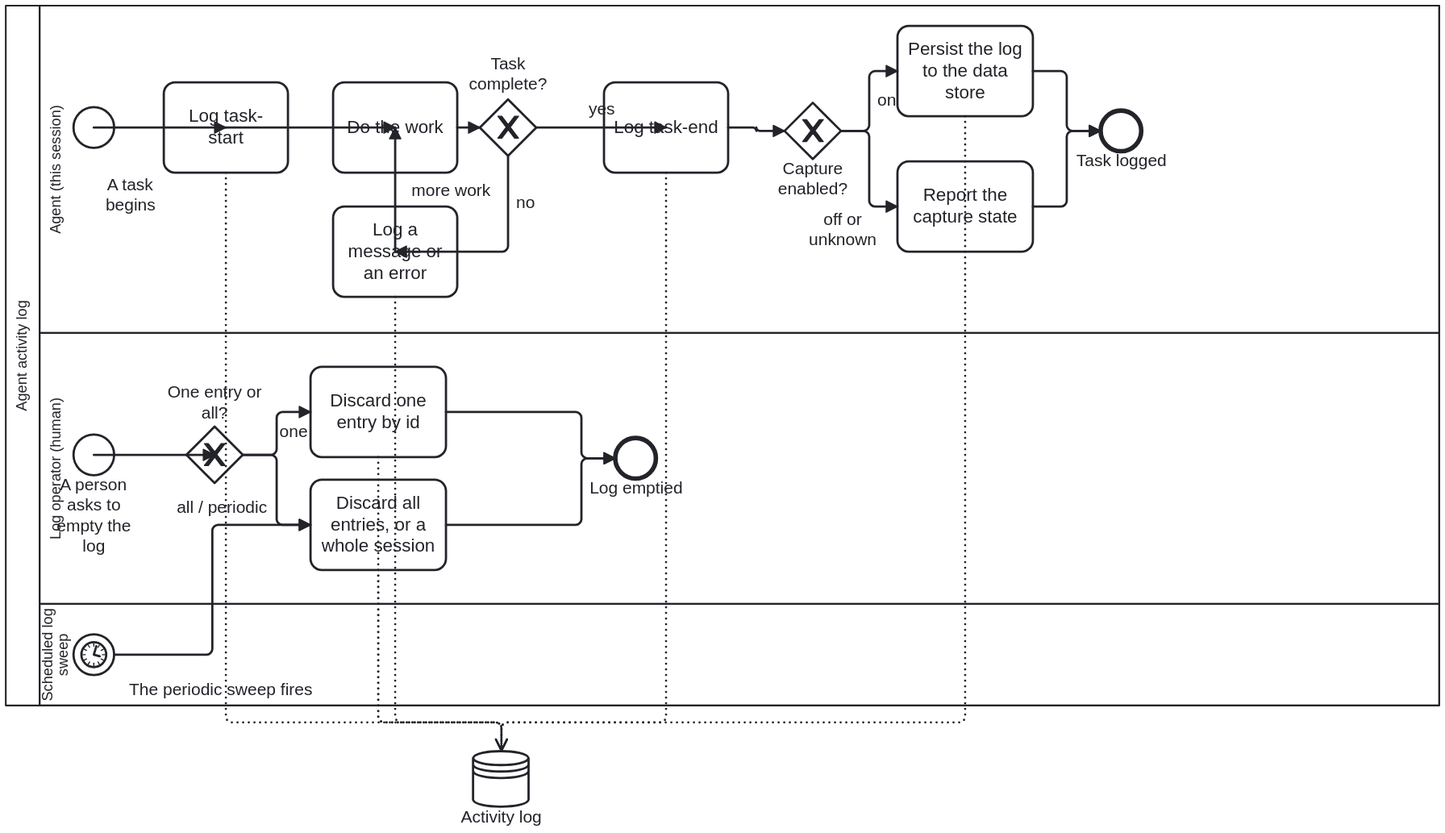
Earlier version of the BPMN export docs/assets/img/workflows/activity-log.svg (litlfred/cat-harness). Its source is kept beside it as processes/sdlc/activity-log.bpmn. Ids are renumbered.
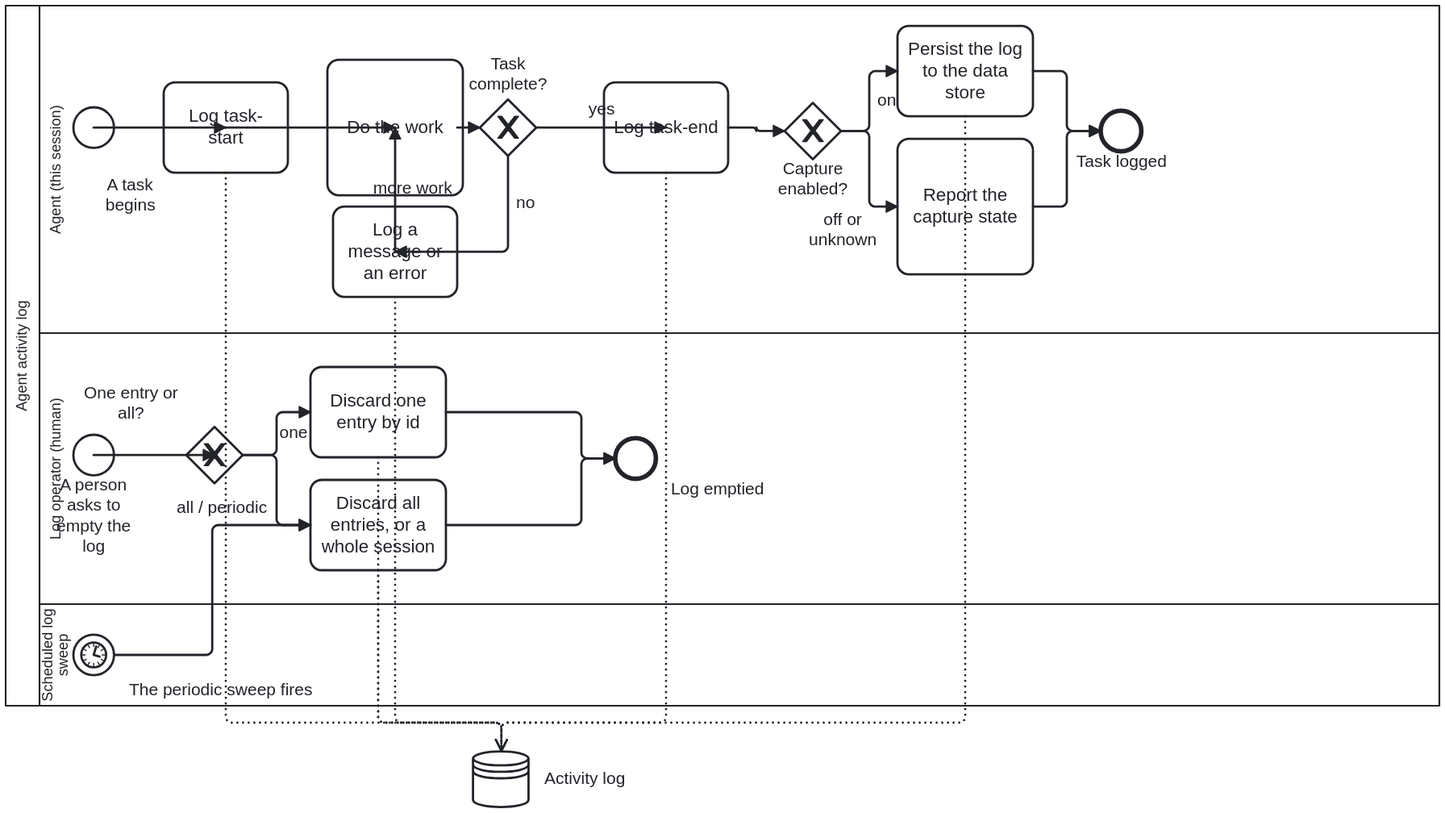
Later version of the same file.

The edit, as a diff of the source:
```diff
@@ -240,78 +240,81 @@
   <bpmndi:BPMNDiagram id="BPMNDiagram_ActivityLog">
     <bpmndi:BPMNPlane id="BPMNPlane_ActivityLog" bpmnElement="Collab_ActivityLog">
       <bpmndi:BPMNShape id="Shape_Participant" bpmnElement="Participant_ActivityLog" isHorizontal="true">
-        <dc:Bounds x="160" y="90" width="1270" height="620"/>
+        <dc:Bounds x="160" y="90" width="1270" height="620" />
       </bpmndi:BPMNShape>
       <bpmndi:BPMNShape id="Shape_Lane_Agent" bpmnElement="Lane_Agent" isHorizontal="true">
-        <dc:Bounds x="190" y="90" width="1240" height="290"/>
+        <dc:Bounds x="190" y="90" width="1240" height="290" />
       </bpmndi:BPMNShape>
       <bpmndi:BPMNShape id="Shape_Lane_Operator" bpmnElement="Lane_Operator" isHorizontal="true">
-        <dc:Bounds x="190" y="380" width="1240" height="240"/>
+        <dc:Bounds x="190" y="380" width="1240" height="240" />
       </bpmndi:BPMNShape>
       <bpmndi:BPMNShape id="Shape_Start_Task" bpmnElement="Start_Task">
-        <dc:Bounds x="220" y="180" width="36" height="36"/>
-        <bpmndi:BPMNLabel><dc:Bounds x="225.5" y="239.5" width="90" height="36" /></bpmndi:BPMNLabel>
+        <dc:Bounds x="220" y="180" width="36" height="36" />
+
+      <bpmndi:BPMNLabel><dc:Bounds x="225.5" y="239.5" width="90" height="36" /></bpmndi:BPMNLabel></bpmndi:BPMNShape>
+      <bpmndi:BPMNShape id="Shape_A_LogStart" bpmnElement="A_LogStart">
+        <dc:Bounds x="300" y="158" width="110" height="80" />
       </bpmndi:BPMNShape>
-      <bpmndi:BPMNShape id="Shape_A_LogStart" bpmnElement="A_LogStart">
-        <dc:Bounds x="300" y="158" width="110" height="80"/>
-      </bpmndi:BPMNShape>
-      <bpmndi:BPMNShape id="Shape_GW_DoWork" bpmnElement="GW_DoWork" isMarkerVisible="true"><dc:Bounds x="580" y="173" width="50" height="50"/>
-        <bpmndi:BPMNLabel><dc:Bounds x="560" y="133" width="90" height="36" /></bpmndi:BPMNLabel>
-      </bpmndi:BPMNShape>
-      <bpmndi:BPMNEdge id="Edge_Flow_GW_DoWork" bpmnElement="Flow_GW_DoWork"><di:waypoint x="560" y="198"/><di:waypoint x="580" y="198"/></bpmndi:BPMNEdge>
+      <bpmndi:BPMNShape id="Shape_GW_DoWork" bpmnElement="GW_DoWork" isMarkerVisible="true"><dc:Bounds x="580" y="173" width="50" height="50" />
+
+      <bpmndi:BPMNLabel><dc:Bounds x="560" y="133" width="90" height="36" /></bpmndi:BPMNLabel></bpmndi:BPMNShape>
+      <bpmndi:BPMNEdge id="Edge_Flow_GW_DoWork" bpmnElement="Flow_GW_DoWork">
+        <di:waypoint x="560" y="198" />
+        <di:waypoint x="580" y="198" />
+      </bpmndi:BPMNEdge>
       <bpmndi:BPMNShape id="Shape_A_DoWork" bpmnElement="A_DoWork">
-        <dc:Bounds x="450" y="158" width="110" height="80"/>
+        <dc:Bounds x="445" y="138" width="120" height="120" />
       </bpmndi:BPMNShape>
       <bpmndi:BPMNShape id="Shape_A_LogMessage" bpmnElement="A_LogMessage">
-        <dc:Bounds x="450" y="268" width="110" height="80"/>
+        <dc:Bounds x="450" y="268" width="110" height="80" />
       </bpmndi:BPMNShape>
       <bpmndi:BPMNShape id="Shape_A_LogEnd" bpmnElement="A_LogEnd">
-        <dc:Bounds x="690" y="158" width="110" height="80"/>
+        <dc:Bounds x="690" y="158" width="110" height="80" />
       </bpmndi:BPMNShape>
       <bpmndi:BPMNShape id="Shape_Gateway_Capture" bpmnElement="Gateway_Capture" isMarkerVisible="true">
-        <dc:Bounds x="850" y="176" width="50" height="50"/>
+        <dc:Bounds x="850" y="176" width="50" height="50" />
       </bpmndi:BPMNShape>
       <bpmndi:BPMNShape id="Shape_A_PersistLog" bpmnElement="A_PersistLog">
-        <dc:Bounds x="950" y="108" width="120" height="80"/>
+        <dc:Bounds x="950" y="108" width="120" height="80" />
       </bpmndi:BPMNShape>
       <bpmndi:BPMNShape id="Shape_A_ReportCaptureState" bpmnElement="A_ReportCaptureState">
-        <dc:Bounds x="950" y="228" width="120" height="80"/>
+        <dc:Bounds x="950" y="208" width="120" height="120" />
       </bpmndi:BPMNShape>
       <bpmndi:BPMNShape id="Shape_End_Task" bpmnElement="End_Task">
-        <dc:Bounds x="1130" y="183" width="36" height="36"/>
+        <dc:Bounds x="1130" y="183" width="36" height="36" />
       </bpmndi:BPMNShape>
       <bpmndi:BPMNShape id="Shape_Start_Empty" bpmnElement="Start_Empty">
-        <dc:Bounds x="220" y="470" width="36" height="36"/>
+        <dc:Bounds x="220" y="470" width="36" height="36" />
       </bpmndi:BPMNShape>
       <bpmndi:BPMNShape id="Shape_Gateway_EmptyScope" bpmnElement="Gateway_EmptyScope" isMarkerVisible="true">
-        <dc:Bounds x="320" y="463" width="50" height="50"/>
-        <bpmndi:BPMNLabel><dc:Bounds x="300" y="424" width="90" height="35" /></bpmndi:BPMNLabel>
-      </bpmndi:BPMNShape>
+        <dc:Bounds x="320" y="463" width="50" height="50" />
+
+      <bpmndi:BPMNLabel><dc:Bounds x="226" y="424" width="90" height="35" /></bpmndi:BPMNLabel></bpmndi:BPMNShape>
       <bpmndi:BPMNShape id="Shape_A_EmptyOne" bpmnElement="A_EmptyOne">
-        <dc:Bounds x="430" y="410" width="120" height="80"/>
+        <dc:Bounds x="430" y="410" width="120" height="80" />
       </bpmndi:BPMNShape>
       <bpmndi:BPMNShape id="Shape_A_EmptyAll" bpmnElement="A_EmptyAll">
-        <dc:Bounds x="430" y="510" width="120" height="80"/>
+        <dc:Bounds x="430" y="510" width="120" height="80" />
       </bpmndi:BPMNShape>
       <bpmndi:BPMNShape id="Shape_End_Emptied" bpmnElement="End_Emptied">
-        <dc:Bounds x="700" y="473" width="36" height="36"/>
+        <dc:Bounds x="700" y="473" width="36" height="36" />
+        <bpmndi:BPMNLabel><dc:Bounds x="745.5" y="508.5" width="90" height="18" /></bpmndi:BPMNLabel>
       </bpmndi:BPMNShape>
       <bpmndi:BPMNEdge id="Edge_F_1" bpmnElement="F_1">
         <di:waypoint x="238" y="198"/>
         <di:waypoint x="355" y="198"/>
       </bpmndi:BPMNEdge>
       <bpmndi:BPMNEdge id="Edge_F_2" bpmnElement="F_2">
-        <di:waypoint x="355" y="198"/>
-        <di:waypoint x="505" y="198"/>
+        <di:waypoint x="355" y="198" />
+        <di:waypoint x="505" y="198" />
       </bpmndi:BPMNEdge>
       <bpmndi:BPMNEdge id="Edge_F_3" bpmnElement="F_3">
         <di:waypoint x="605" y="223"/><di:waypoint x="605" y="308"/>
         <di:waypoint x="505" y="308"/>
       </bpmndi:BPMNEdge>
       <bpmndi:BPMNEdge id="Edge_F_3b" bpmnElement="F_3b">
-        <di:waypoint x="505" y="308"/>
-        <di:waypoint x="505" y="198"/>
-        <bpmndi:BPMNLabel><dc:Bounds x="509" y="244.5" width="90" height="17" /></bpmndi:BPMNLabel>
+        <di:waypoint x="505" y="308" />
+        <di:waypoint x="505" y="198" />
       </bpmndi:BPMNEdge>
       <bpmndi:BPMNEdge id="Edge_F_4" bpmnElement="F_4">
         <di:waypoint x="630" y="198"/>
@@ -378,19 +381,21 @@
         <di:waypoint x="700" y="491" />
       </bpmndi:BPMNEdge>
       <bpmndi:BPMNShape id="Shape_Lane_Sweep" bpmnElement="Lane_Sweep" isHorizontal="true">
-        <dc:Bounds x="190" y="620" width="1240" height="90"/>
+        <dc:Bounds x="190" y="620" width="1240" height="90" />
       </bpmndi:BPMNShape>
       <bpmndi:BPMNShape id="Shape_Start_Sweep" bpmnElement="Start_Sweep">
-        <dc:Bounds x="220" y="647" width="36" height="36"/>
-        <bpmndi:BPMNLabel><dc:Bounds x="260" y="687" width="180" height="18" /></bpmndi:BPMNLabel>
-      </bpmndi:BPMNShape>
+        <dc:Bounds x="220" y="647" width="36" height="36" />
+
+      <bpmndi:BPMNLabel><dc:Bounds x="260" y="687" width="180" height="18" /></bpmndi:BPMNLabel></bpmndi:BPMNShape>
       <bpmndi:BPMNEdge id="Edge_F_S1" bpmnElement="F_S1">
         <di:waypoint x="256" y="665" />
         <di:waypoint x="343" y="665" />
         <di:waypoint x="343" y="550" />
         <di:waypoint x="430" y="550" />
       </bpmndi:BPMNEdge>
-      <bpmndi:BPMNShape id="Shape_DSR_log" bpmnElement="DSR_log"><dc:Bounds x="574.167" y="750" width="50" height="50"/></bpmndi:BPMNShape>
+      <bpmndi:BPMNShape id="Shape_DSR_log" bpmnElement="DSR_log"><dc:Bounds x="574.17" y="750" width="50" height="50" />
+        <bpmndi:BPMNLabel><dc:Bounds x="628.17" y="766" width="90" height="18" /></bpmndi:BPMNLabel>
+      </bpmndi:BPMNShape>
       <bpmndi:BPMNEdge id="Edge_DOA_A_LogStart" bpmnElement="DOA_A_LogStart"><di:waypoint x="355" y="238"/><di:waypoint x="355" y="725"/><di:waypoint x="599.167" y="725"/><di:waypoint x="599.167" y="750"/></bpmndi:BPMNEdge>
       <bpmndi:BPMNEdge id="Edge_DOA_A_LogMessage" bpmnElement="DOA_A_LogMessage"><di:waypoint x="505" y="348"/><di:waypoint x="505" y="725"/><di:waypoint x="599.167" y="725"/><di:waypoint x="599.167" y="750"/></bpmndi:BPMNEdge>
       <bpmndi:BPMNEdge id="Edge_DOA_A_LogEnd" bpmnElement="DOA_A_LogEnd"><di:waypoint x="745" y="238"/><di:waypoint x="745" y="725"/><di:waypoint x="599.167" y="725"/><di:waypoint x="599.167" y="750"/></bpmndi:BPMNEdge>
```
